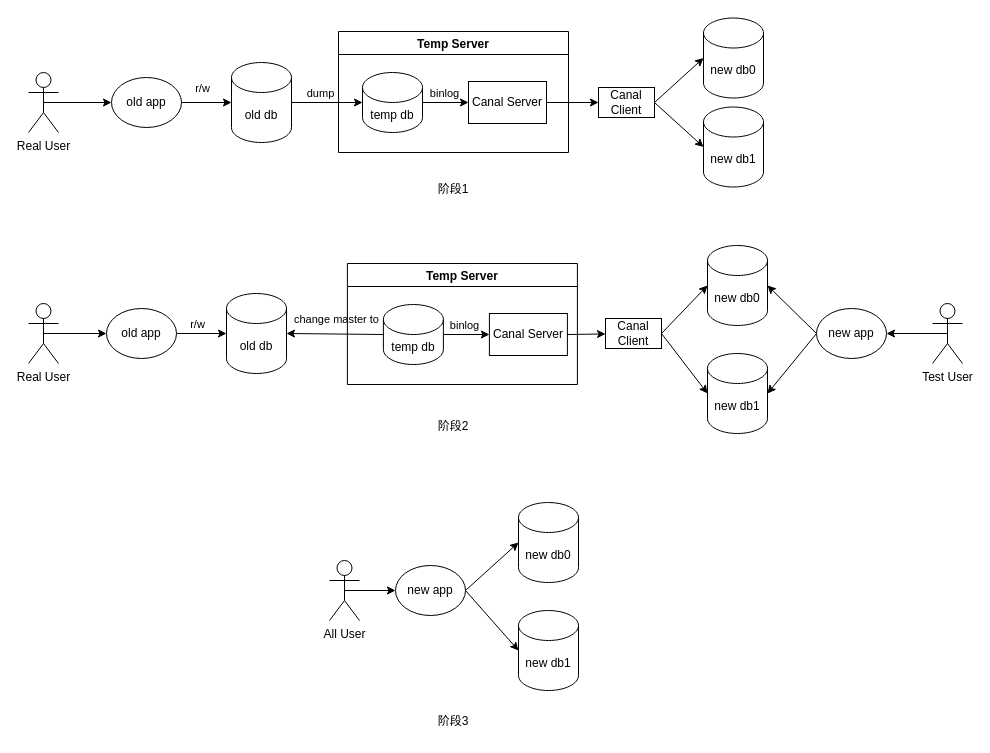
Above: database-sharding-migration/docs/src/design.drawio in waltertan1988/common-tools (draw.io), before the change. Source tidied: cells renumbered, new cells numbered last; positions are measured from the earlier drawing's top-left corner, leaving out a move shared by most shapes. Both pictures are drawn from the tidied source at 100%, with x=0, y=0 at pixel (28, 18).
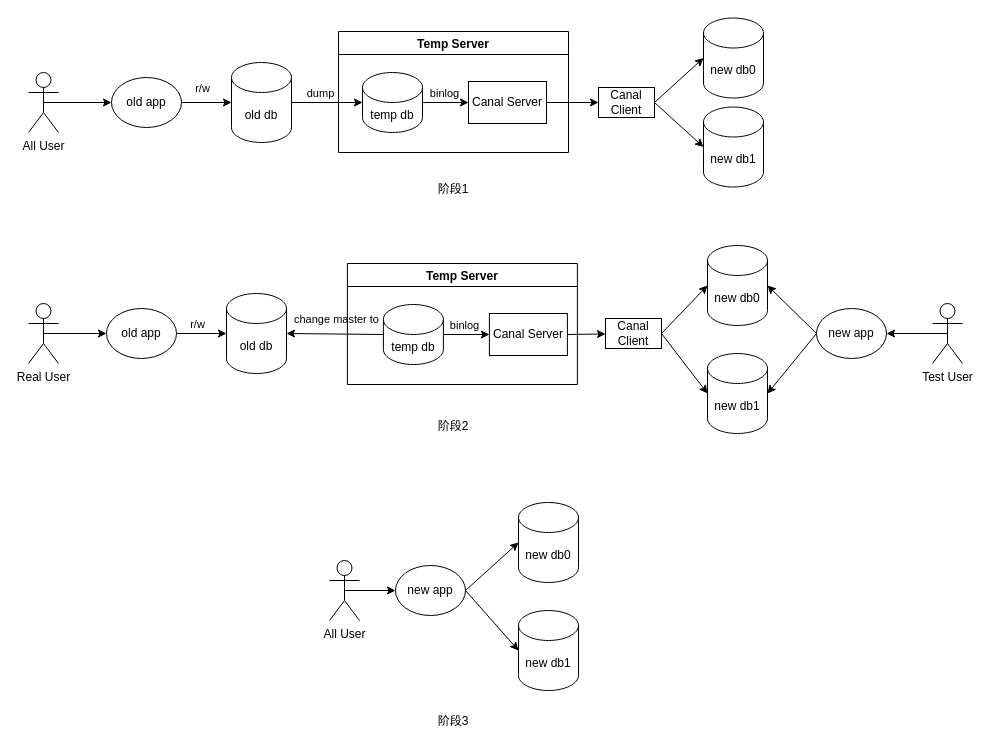
After the change.

What changed in the source:
```diff
@@
-    <mxCell id="31" value="Real User" style="shape=umlActor;verticalLabelPosition=bottom;verticalAlign=top;html=1;outlineConnect=0;" parent="1" vertex="1">
+    <mxCell id="31" value="All User" style="shape=umlActor;verticalLabelPosition=bottom;verticalAlign=top;html=1;outlineConnect=0;" parent="1" vertex="1">
       <mxGeometry y="54" width="30" height="60" as="geometry" />
     </mxCell>
```
